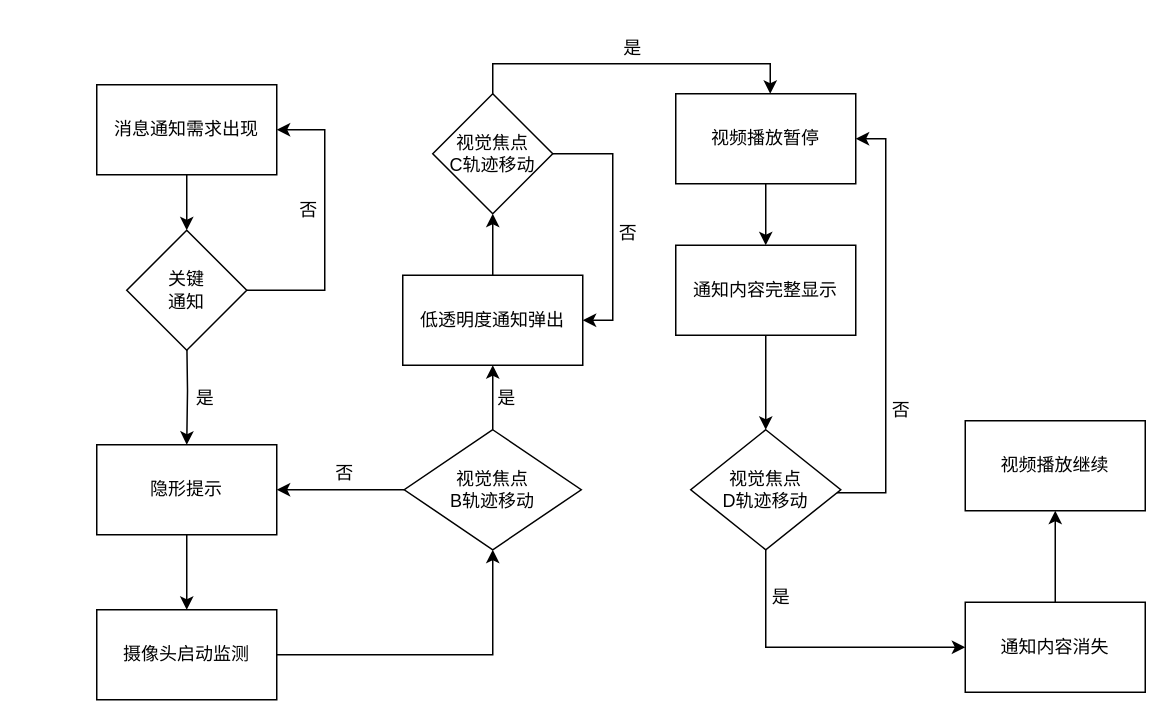
jyrnan/Diagram keeps this draw.io diagram as page "免打扰通知" (2 of 2) of FocusNavigation.drawio. Above is the earlier version. Source tidied: cells renumbered, new cells numbered last; positions are measured from the earlier drawing's top-left corner, leaving out a move shared by most shapes. Both pictures are drawn from the tidied source at 150%, with x=0, y=0 at pixel (96, 26).
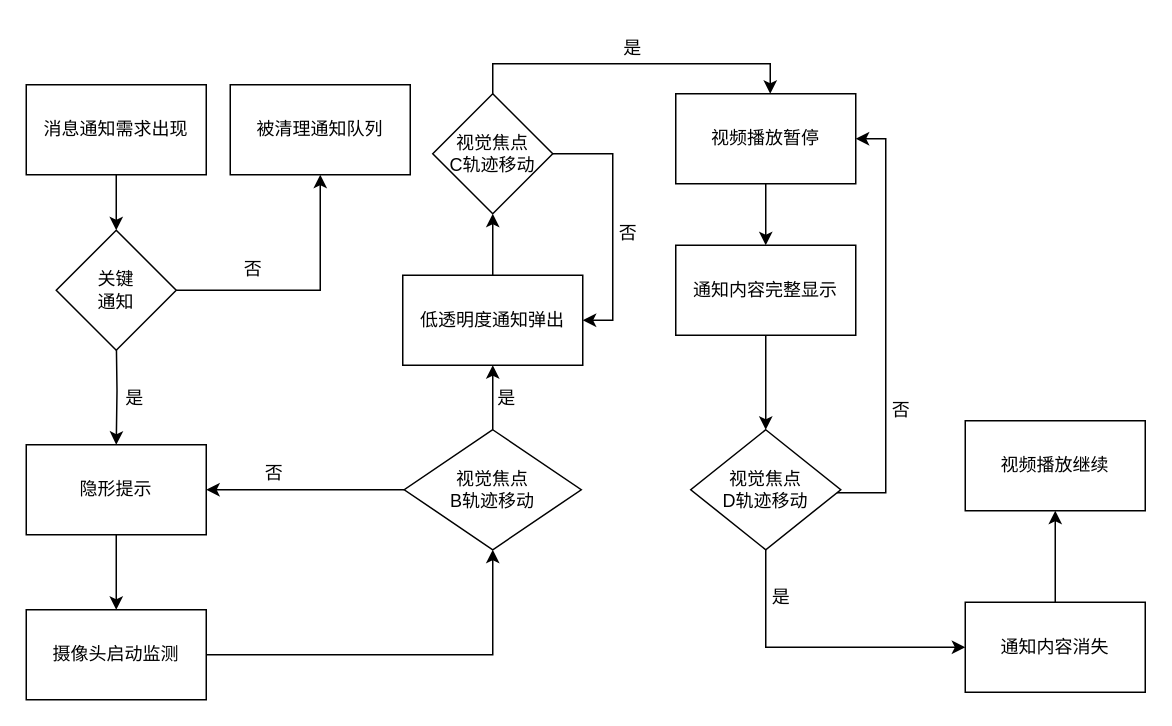
Above is the later version.

Change to the diagram source:
```diff
@@
     <mxCell id="3" value="消息通知需求出现" style="rounded=0;whiteSpace=wrap;html=1;" parent="1" vertex="1">
-      <mxGeometry y="39" width="120" height="60" as="geometry" />
+      <mxGeometry x="-47" y="39" width="120" height="60" as="geometry" />
     </mxCell>
     <mxCell id="4" style="edgeStyle=orthogonalEdgeStyle;rounded=0;jettySize=auto;html=1;" parent="1" edge="1" target="8">
       <mxGeometry relative="1" as="geometry">
-        <mxPoint x="60" y="206" as="sourcePoint" />
+        <mxPoint x="13" y="206" as="sourcePoint" />
       </mxGeometry>
     </mxCell>
-    <mxCell id="5" style="edgeStyle=orthogonalEdgeStyle;rounded=0;jettySize=auto;html=1;exitX=1;exitY=0.5;exitDx=0;exitDy=0;entryX=1;entryY=0.5;entryDx=0;entryDy=0;" parent="1" edge="1" source="6" target="3">
+    <mxCell id="5" style="edgeStyle=orthogonalEdgeStyle;rounded=0;jettySize=auto;html=1;exitX=1;exitY=0.5;exitDx=0;exitDy=0;entryX=0.5;entryY=1;entryDx=0;entryDy=0;" parent="1" edge="1" source="6" target="37">
       <mxGeometry relative="1" as="geometry">
         <Array as="points">
-          <mxPoint x="152" y="176" />
-          <mxPoint x="152" y="69" />
+          <mxPoint x="149" y="176" />
         </Array>
       </mxGeometry>
     </mxCell>
     <mxCell id="6" value="关键&lt;br&gt;通知" style="rhombus;whiteSpace=wrap;html=1;rounded=0;" parent="1" vertex="1">
-      <mxGeometry x="20" y="136" width="80" height="80" as="geometry" />
+      <mxGeometry x="-27" y="136" width="80" height="80" as="geometry" />
     </mxCell>
@@
     <mxCell id="8" value="隐形提示" style="whiteSpace=wrap;html=1;rounded=0;" parent="1" vertex="1">
-      <mxGeometry y="279" width="120" height="60" as="geometry" />
+      <mxGeometry x="-47" y="279" width="120" height="60" as="geometry" />
     </mxCell>
@@
     <mxCell id="10" value="摄像头启动监测" style="whiteSpace=wrap;html=1;rounded=0;" parent="1" vertex="1">
-      <mxGeometry y="389" width="120" height="60" as="geometry" />
+      <mxGeometry x="-47" y="389" width="120" height="60" as="geometry" />
     </mxCell>
@@
     <mxCell id="26" value="是" style="text;html=1;align=center;verticalAlign=middle;strokeColor=none;fillColor=none;" parent="1" vertex="1">
-      <mxGeometry x="52" y="233" width="40" height="30" as="geometry" />
+      <mxGeometry x="5" y="233" width="40" height="30" as="geometry" />
     </mxCell>
     <mxCell id="27" value="否" style="text;html=1;align=center;verticalAlign=middle;strokeColor=none;fillColor=none;" parent="1" vertex="1">
-      <mxGeometry x="126" y="110" width="30" height="26" as="geometry" />
+      <mxGeometry x="89" y="149" width="30" height="26" as="geometry" />
     </mxCell>
@@
     <mxCell id="30" value="否" style="text;html=1;align=center;verticalAlign=middle;strokeColor=none;fillColor=none;" parent="1" vertex="1">
-      <mxGeometry x="150" y="285" width="30" height="26" as="geometry" />
+      <mxGeometry x="103" y="285" width="30" height="26" as="geometry" />
     </mxCell>
@@
+    <mxCell id="37" value="被清理通知队列" style="rounded=0;whiteSpace=wrap;html=1;" parent="1" vertex="1">
+      <mxGeometry x="89" y="39" width="120" height="60" as="geometry" />
+    </mxCell>
```
